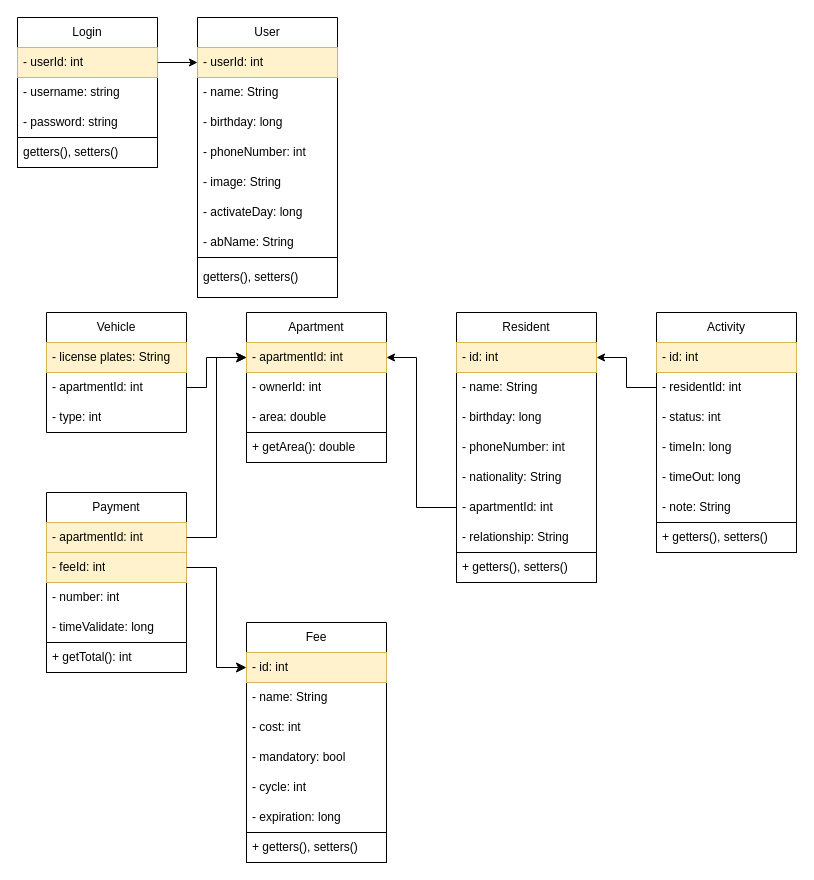
Before: sqlChart.drawio in liguang612/ApartmentManagement, a draw.io diagram. Source tidied: cells renumbered, new cells numbered last; positions are measured from the earlier drawing's top-left corner, leaving out a move shared by most shapes. Both pictures are drawn from the tidied source at 100%, with x=0, y=0 at pixel (17, 17).
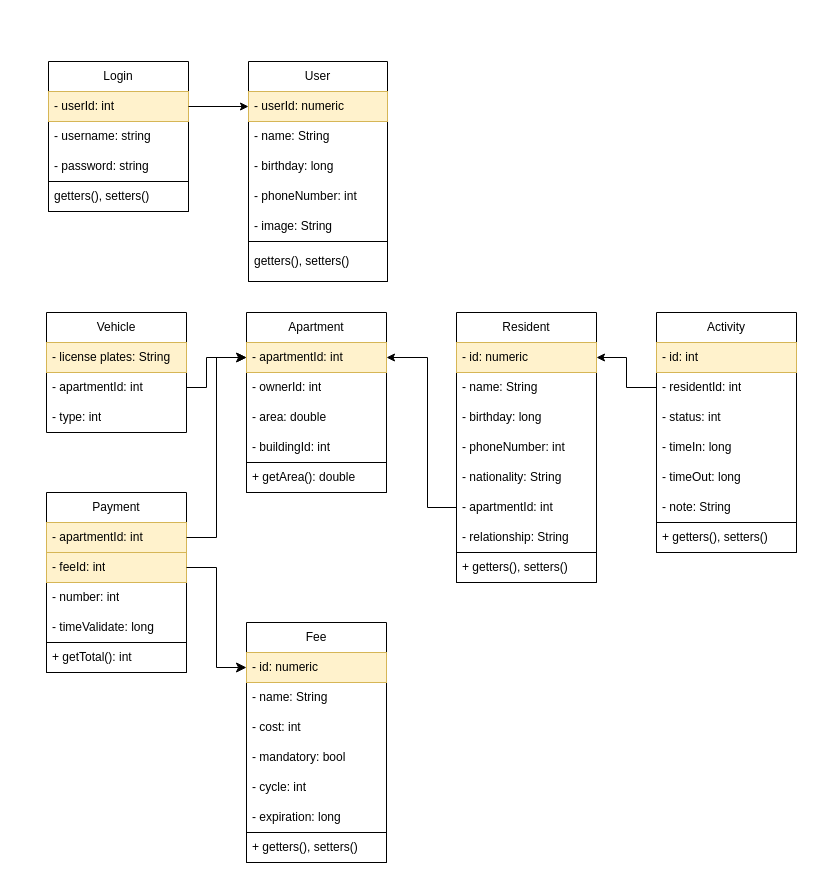
After the change.

Unchanged cells that the change refers to:
```xml
<mxCell id="20" value="- apartmentId: int" style="text;strokeColor=#d6b656;fillColor=#fff2cc;align=left;verticalAlign=middle;spacingLeft=4;spacingRight=4;overflow=hidden;points=[[0,0.5],[1,0.5]];portConstraint=eastwest;whiteSpace=wrap;html=1;fontColor=#000000;" parent="19" vertex="1">
  <mxGeometry y="30" width="140" height="30" as="geometry" />
</mxCell>
<mxCell id="25" value="Resident" style="swimlane;fontStyle=0;horizontal=1;startSize=30;whiteSpace=wrap;html=1;" parent="1" vertex="1">
  <mxGeometry x="439" y="295" width="140" height="270" as="geometry" />
</mxCell>
<mxCell id="31" value="- apartmentId: int" style="text;strokeColor=none;fillColor=none;align=left;verticalAlign=middle;spacingLeft=4;spacingRight=4;overflow=hidden;points=[[0,0.5],[1,0.5]];portConstraint=eastwest;whiteSpace=wrap;html=1;" parent="25" vertex="1">
  <mxGeometry y="180" width="140" height="30" as="geometry" />
</mxCell>
<mxCell id="46" value="Fee" style="swimlane;fontStyle=0;horizontal=1;startSize=30;whiteSpace=wrap;html=1;" parent="1" vertex="1">
  <mxGeometry x="229" y="605" width="140" height="240" as="geometry" />
</mxCell>
```

Diff of the diagram source:
```diff
@@
     <mxCell id="2" value="Login" style="swimlane;fontStyle=0;horizontal=1;startSize=30;whiteSpace=wrap;html=1;" parent="1" vertex="1">
-      <mxGeometry width="140" height="150" as="geometry" />
+      <mxGeometry x="31" y="44" width="140" height="150" as="geometry" />
     </mxCell>
@@
     <mxCell id="8" value="User" style="swimlane;fontStyle=0;horizontal=1;startSize=30;whiteSpace=wrap;html=1;" parent="1" vertex="1">
-      <mxGeometry x="180" width="140" height="280" as="geometry" />
+      <mxGeometry x="231" y="44" width="139" height="220" as="geometry" />
     </mxCell>
-    <mxCell id="9" value="- userId: int" style="text;strokeColor=#d6b656;fillColor=#fff2cc;align=left;verticalAlign=middle;spacingLeft=4;spacingRight=4;overflow=hidden;points=[[0,0.5],[1,0.5]];portConstraint=eastwest;whiteSpace=wrap;html=1;fontColor=#000000;" parent="8" vertex="1">
-      <mxGeometry y="30" width="140" height="30" as="geometry" />
+    <mxCell id="9" value="- userId: numeric" style="text;strokeColor=#d6b656;fillColor=#fff2cc;align=left;verticalAlign=middle;spacingLeft=4;spacingRight=4;overflow=hidden;points=[[0,0.5],[1,0.5]];portConstraint=eastwest;whiteSpace=wrap;html=1;fontColor=#000000;" parent="8" vertex="1">
+      <mxGeometry y="30" width="139" height="30" as="geometry" />
     </mxCell>
     <mxCell id="10" value="- name: String" style="text;strokeColor=none;fillColor=none;align=left;verticalAlign=middle;spacingLeft=4;spacingRight=4;overflow=hidden;whiteSpace=wrap;html=1;" parent="8" vertex="1">
-      <mxGeometry y="60" width="140" height="30" as="geometry" />
+      <mxGeometry y="60" width="139" height="30" as="geometry" />
     </mxCell>
     <mxCell id="11" value="- birthday: long" style="text;strokeColor=none;fillColor=none;align=left;verticalAlign=middle;spacingLeft=4;spacingRight=4;overflow=hidden;whiteSpace=wrap;html=1;" parent="8" vertex="1">
-      <mxGeometry y="90" width="140" height="30" as="geometry" />
+      <mxGeometry y="90" width="139" height="30" as="geometry" />
     </mxCell>
     <mxCell id="12" value="- phoneNumber: int" style="text;strokeColor=none;fillColor=none;align=left;verticalAlign=middle;spacingLeft=4;spacingRight=4;overflow=hidden;whiteSpace=wrap;html=1;" parent="8" vertex="1">
-      <mxGeometry y="120" width="140" height="30" as="geometry" />
+      <mxGeometry y="120" width="139" height="30" as="geometry" />
     </mxCell>
     <mxCell id="13" value="- image: String" style="text;strokeColor=none;fillColor=none;align=left;verticalAlign=middle;spacingLeft=4;spacingRight=4;overflow=hidden;whiteSpace=wrap;html=1;" parent="8" vertex="1">
-      <mxGeometry y="150" width="140" height="30" as="geometry" />
+      <mxGeometry y="150" width="139" height="30" as="geometry" />
     </mxCell>
-    <mxCell id="14" value="- activateDay: long" style="text;strokeColor=none;fillColor=none;align=left;verticalAlign=middle;spacingLeft=4;spacingRight=4;overflow=hidden;whiteSpace=wrap;html=1;" parent="8" vertex="1">
-      <mxGeometry y="180" width="140" height="30" as="geometry" />
-    </mxCell>
-    <mxCell id="15" value="- abName: String&lt;br&gt;" style="text;strokeColor=none;fillColor=none;align=left;verticalAlign=middle;spacingLeft=4;spacingRight=4;overflow=hidden;whiteSpace=wrap;html=1;" parent="8" vertex="1">
-      <mxGeometry y="210" width="140" height="30" as="geometry" />
-    </mxCell>
     <mxCell id="16" style="swimlane;startSize=0;" parent="8" vertex="1">
-      <mxGeometry y="240" width="140" height="40" as="geometry" />
+      <mxGeometry y="180" width="139" height="40" as="geometry" />
     </mxCell>
@@
     <mxCell id="19" value="Apartment" style="swimlane;fontStyle=0;horizontal=1;startSize=30;whiteSpace=wrap;html=1;" parent="1" vertex="1">
-      <mxGeometry x="229" y="295" width="140" height="150" as="geometry" />
+      <mxGeometry x="229" y="295" width="140" height="180" as="geometry" />
     </mxCell>
@@
+    <mxCell id="69" value="- area: double" style="text;strokeColor=none;fillColor=none;align=left;verticalAlign=middle;spacingLeft=4;spacingRight=4;overflow=hidden;whiteSpace=wrap;html=1;" parent="19" vertex="1">
+      <mxGeometry y="90" width="140" height="30" as="geometry" />
+    </mxCell>
-    <mxCell id="22" value="- area: double" style="text;strokeColor=none;fillColor=none;align=left;verticalAlign=middle;spacingLeft=4;spacingRight=4;overflow=hidden;whiteSpace=wrap;html=1;" parent="19" vertex="1">
-      <mxGeometry y="90" width="140" height="30" as="geometry" />
+    <mxCell id="22" value="- buildingId: int" style="text;strokeColor=none;fillColor=none;align=left;verticalAlign=middle;spacingLeft=4;spacingRight=4;overflow=hidden;whiteSpace=wrap;html=1;" parent="19" vertex="1">
+      <mxGeometry y="120" width="140" height="30" as="geometry" />
     </mxCell>
     <mxCell id="23" style="swimlane;startSize=0;" parent="19" vertex="1">
-      <mxGeometry y="120" width="140" height="30" as="geometry" />
+      <mxGeometry y="150" width="140" height="30" as="geometry" />
     </mxCell>
@@
-    <mxCell id="26" value="- id: int" style="text;strokeColor=#d6b656;fillColor=#fff2cc;align=left;verticalAlign=middle;spacingLeft=4;spacingRight=4;overflow=hidden;points=[[0,0.5],[1,0.5]];portConstraint=eastwest;whiteSpace=wrap;html=1;fontColor=#000000;" parent="25" vertex="1">
+    <mxCell id="26" value="- id: numeric" style="text;strokeColor=#d6b656;fillColor=#fff2cc;align=left;verticalAlign=middle;spacingLeft=4;spacingRight=4;overflow=hidden;points=[[0,0.5],[1,0.5]];portConstraint=eastwest;whiteSpace=wrap;html=1;fontColor=#000000;" parent="25" vertex="1">
       <mxGeometry y="30" width="140" height="30" as="geometry" />
     </mxCell>
@@
     <mxCell id="35" style="edgeStyle=orthogonalEdgeStyle;rounded=0;jettySize=auto;html=1;entryX=1;entryY=0.5;entryDx=0;entryDy=0;exitX=0;exitY=0.5;exitDx=0;exitDy=0;" parent="1" edge="1" source="31" target="20">
       <mxGeometry relative="1" as="geometry">
         <Array as="points">
-          <mxPoint x="399" y="490" />
-          <mxPoint x="399" y="340" />
+          <mxPoint x="410" y="490" />
+          <mxPoint x="410" y="340" />
         </Array>
       </mxGeometry>
     </mxCell>
@@
-    <mxCell id="47" value="- id: int" style="text;strokeColor=#d6b656;fillColor=#fff2cc;align=left;verticalAlign=middle;spacingLeft=4;spacingRight=4;overflow=hidden;points=[[0,0.5],[1,0.5]];portConstraint=eastwest;whiteSpace=wrap;html=1;fontColor=#000000;" parent="46" vertex="1">
+    <mxCell id="47" value="- id: numeric" style="text;strokeColor=#d6b656;fillColor=#fff2cc;align=left;verticalAlign=middle;spacingLeft=4;spacingRight=4;overflow=hidden;points=[[0,0.5],[1,0.5]];portConstraint=eastwest;whiteSpace=wrap;html=1;fontColor=#000000;" parent="46" vertex="1">
       <mxGeometry y="30" width="140" height="30" as="geometry" />
     </mxCell>
```
